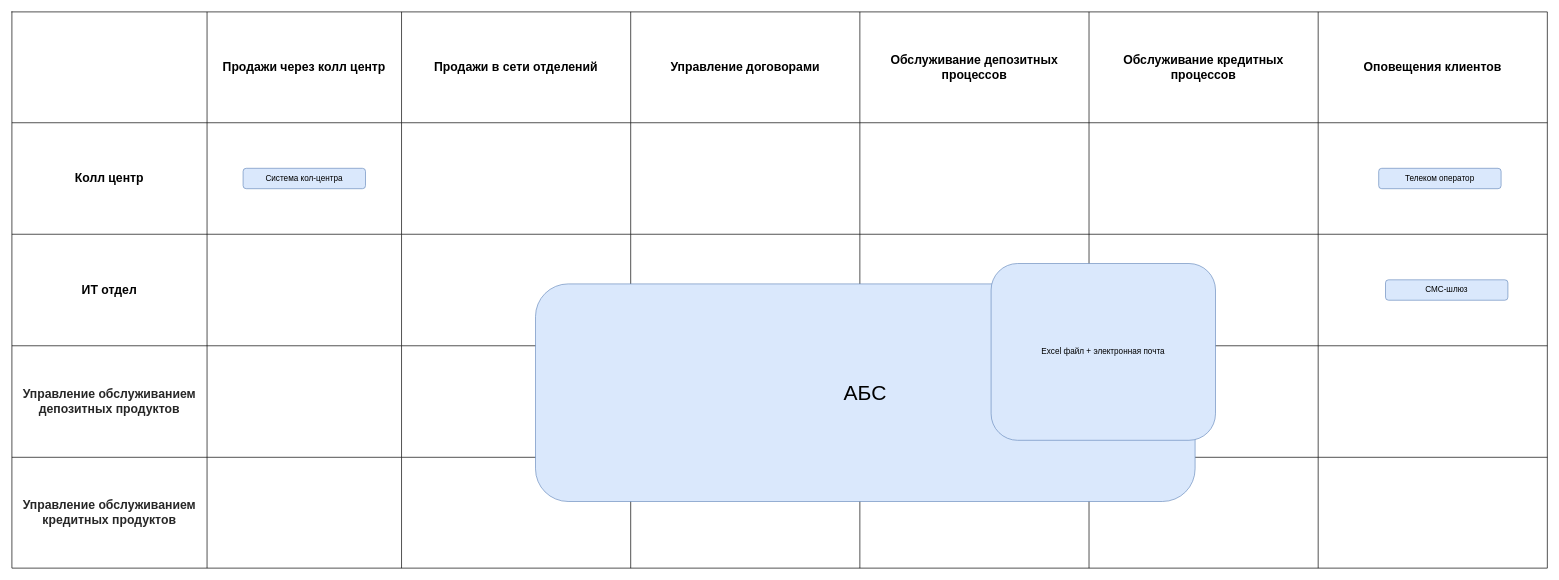
This is Exc1/land.drawio from Maxim-Shirokov/architecture-sprint-9, a draw.io file, before an edit. Source tidied: cells renumbered, new cells numbered last; positions are measured from the earlier drawing's top-left corner, leaving out a move shared by most shapes. Both pictures are drawn from the tidied source at 68%, with x=0, y=0 at pixel (12, 12).
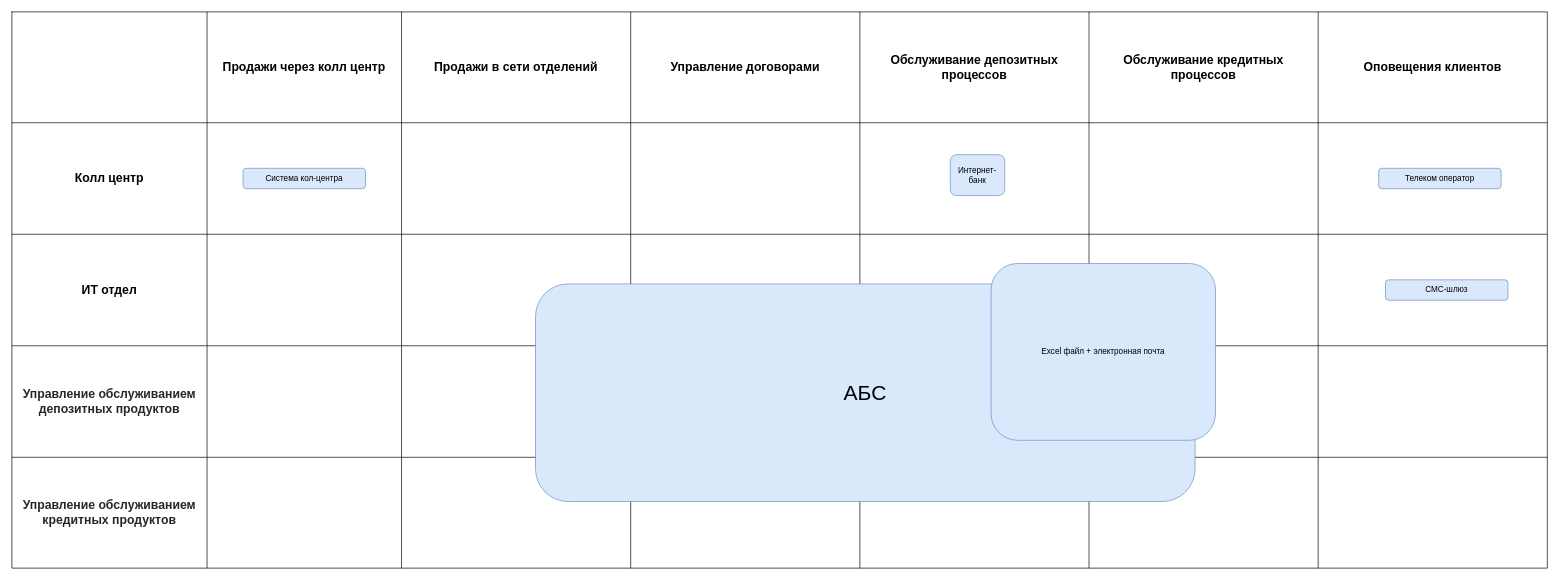
The same diagram, later.

Change to the diagram source:
```diff
@@
+    <mxCell id="48" value="Интернет-банк" style="rounded=1;whiteSpace=wrap;html=1;fillColor=#dae8fc;strokeColor=#6c8ebf;" parent="1" vertex="1">
+      <mxGeometry x="1380" y="210" width="80" height="60" as="geometry" />
+    </mxCell>
```
